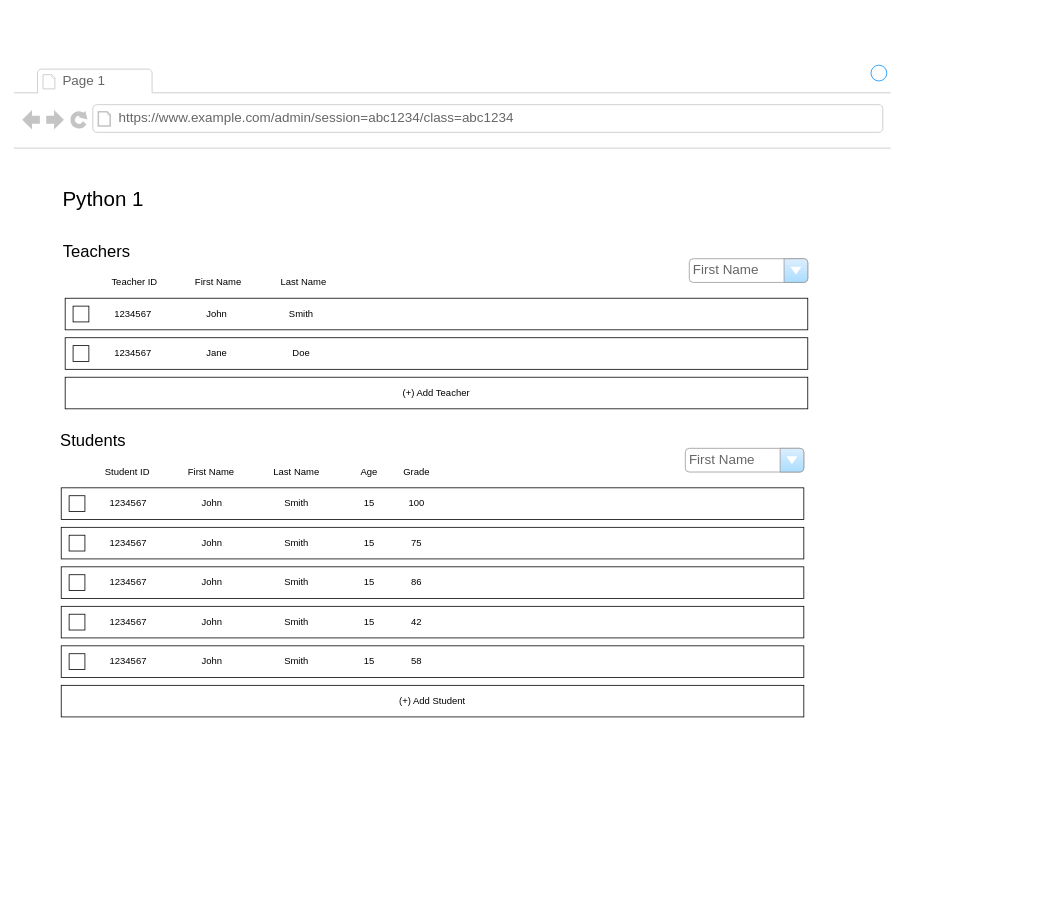
Above: page "Admin Edit Class" (4 of 17) of wireframe.drawio in AnsonTran/Live-Coding-Docs (draw.io), before the change. Source tidied: cells renumbered, new cells numbered last; positions are measured from the earlier drawing's top-left corner, leaving out a move shared by most shapes. Both pictures are drawn from the tidied source at 79%, with x=0, y=0 at pixel (13, 61).
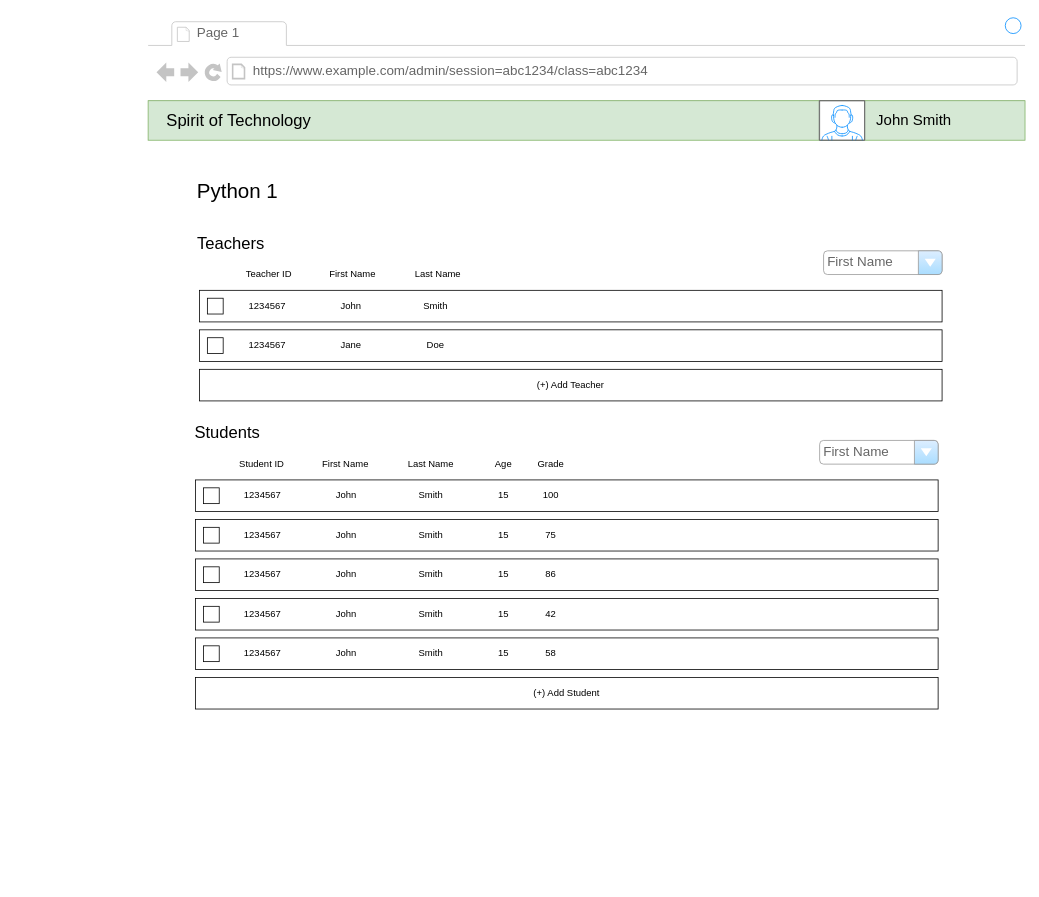
After the change.

What changed in the source:
```diff
@@
     <mxCell id="2" style="strokeWidth=1;shadow=0;dashed=0;align=center;html=1;shape=mxgraph.mockup.containers.browserWindow;rSize=0;strokeColor2=#008cff;strokeColor3=#c4c4c4;mainText=,;strokeColor=#FFFFFF;fontColor=#FFFFFF;" parent="1" vertex="1">
-      <mxGeometry width="1110" height="1040" as="geometry" />
+      <mxGeometry x="170" y="-60" width="1110" height="1040" as="geometry" />
     </mxCell>
@@
     <mxCell id="5" value="&lt;font color=&quot;#000000&quot; style=&quot;font-size: 26px&quot;&gt;Python 1&lt;/font&gt;" style="text;html=1;strokeColor=none;fillColor=none;align=left;verticalAlign=middle;whiteSpace=wrap;rounded=0;labelBackgroundColor=none;sketch=0;fontColor=#FFFFFF;" parent="2" vertex="1">
-      <mxGeometry x="60" y="150" width="280" height="50" as="geometry" />
+      <mxGeometry x="60" y="200" width="280" height="50" as="geometry" />
     </mxCell>
     <mxCell id="6" value="&lt;font color=&quot;#000000&quot;&gt;First Name&lt;/font&gt;" style="text;html=1;strokeColor=none;fillColor=none;align=center;verticalAlign=middle;whiteSpace=wrap;rounded=0;labelBackgroundColor=none;sketch=0;fontColor=#FFFFFF;" parent="2" vertex="1">
-      <mxGeometry x="208.5" y="270" width="100" height="20" as="geometry" />
+      <mxGeometry x="208.5" y="320" width="100" height="20" as="geometry" />
     </mxCell>
     <mxCell id="7" value="&lt;font color=&quot;#000000&quot;&gt;Last Name&lt;/font&gt;" style="text;html=1;strokeColor=none;fillColor=none;align=center;verticalAlign=middle;whiteSpace=wrap;rounded=0;labelBackgroundColor=none;sketch=0;fontColor=#FFFFFF;" parent="2" vertex="1">
-      <mxGeometry x="331.5" y="270" width="70" height="20" as="geometry" />
+      <mxGeometry x="331.5" y="320" width="70" height="20" as="geometry" />
     </mxCell>
     <mxCell id="8" value="&lt;font color=&quot;#000000&quot;&gt;(+) Add Teacher&lt;/font&gt;" style="rounded=0;whiteSpace=wrap;html=1;labelBackgroundColor=none;sketch=0;fillColor=none;fontColor=#FFFFFF;align=center;" parent="2" vertex="1">
-      <mxGeometry x="65" y="400" width="940" height="40" as="geometry" />
+      <mxGeometry x="65" y="450" width="940" height="40" as="geometry" />
     </mxCell>
     <mxCell id="9" value="First Name" style="strokeWidth=1;shadow=0;dashed=0;align=center;html=1;shape=mxgraph.mockup.forms.comboBox;strokeColor=#999999;fillColor=#ddeeff;align=left;fillColor2=#aaddff;mainText=;fontColor=#666666;fontSize=17;spacingLeft=3;" parent="2" vertex="1">
-      <mxGeometry x="855" y="250" width="150" height="30" as="geometry" />
+      <mxGeometry x="855" y="300" width="150" height="30" as="geometry" />
     </mxCell>
     <mxCell id="10" style="rounded=0;whiteSpace=wrap;html=1;labelBackgroundColor=none;sketch=0;fillColor=none;fontColor=#FFFFFF;align=left;" parent="2" vertex="1">
-      <mxGeometry x="65" y="300" width="940" height="40" as="geometry" />
+      <mxGeometry x="65" y="350" width="940" height="40" as="geometry" />
     </mxCell>
     <mxCell id="11" style="rounded=0;whiteSpace=wrap;html=1;labelBackgroundColor=none;sketch=0;fillColor=none;fontColor=#FFFFFF;align=left;" parent="2" vertex="1">
-      <mxGeometry x="65" y="350" width="940" height="40" as="geometry" />
+      <mxGeometry x="65" y="400" width="940" height="40" as="geometry" />
     </mxCell>
     <mxCell id="12" value="&lt;font color=&quot;#000000&quot;&gt;Smith&lt;/font&gt;" style="text;html=1;strokeColor=none;fillColor=none;align=center;verticalAlign=middle;whiteSpace=wrap;rounded=0;labelBackgroundColor=none;sketch=0;fontColor=#FFFFFF;" parent="2" vertex="1">
-      <mxGeometry x="329" y="310" width="70" height="20" as="geometry" />
+      <mxGeometry x="329" y="360" width="70" height="20" as="geometry" />
     </mxCell>
     <mxCell id="13" value="&lt;font color=&quot;#000000&quot;&gt;Teacher ID&lt;/font&gt;" style="text;html=1;strokeColor=none;fillColor=none;align=center;verticalAlign=middle;whiteSpace=wrap;rounded=0;labelBackgroundColor=none;sketch=0;fontColor=#FFFFFF;" parent="2" vertex="1">
-      <mxGeometry x="112.5" y="270" width="80" height="20" as="geometry" />
+      <mxGeometry x="112.5" y="320" width="80" height="20" as="geometry" />
     </mxCell>
     <mxCell id="14" value="&lt;font color=&quot;#000000&quot;&gt;John&lt;/font&gt;" style="text;html=1;strokeColor=none;fillColor=none;align=center;verticalAlign=middle;whiteSpace=wrap;rounded=0;labelBackgroundColor=none;sketch=0;fontColor=#FFFFFF;" parent="2" vertex="1">
-      <mxGeometry x="222" y="310" width="70" height="20" as="geometry" />
+      <mxGeometry x="222" y="360" width="70" height="20" as="geometry" />
     </mxCell>
     <mxCell id="15" value="1234567" style="text;html=1;strokeColor=none;fillColor=none;align=center;verticalAlign=middle;whiteSpace=wrap;rounded=0;" parent="2" vertex="1">
-      <mxGeometry x="131" y="310" width="40" height="20" as="geometry" />
+      <mxGeometry x="131" y="360" width="40" height="20" as="geometry" />
     </mxCell>
     <mxCell id="16" value="&lt;font color=&quot;#000000&quot;&gt;First Name&lt;/font&gt;" style="text;html=1;strokeColor=none;fillColor=none;align=center;verticalAlign=middle;whiteSpace=wrap;rounded=0;labelBackgroundColor=none;sketch=0;fontColor=#FFFFFF;" parent="2" vertex="1">
-      <mxGeometry x="200" y="510" width="100" height="20" as="geometry" />
+      <mxGeometry x="200" y="560" width="100" height="20" as="geometry" />
     </mxCell>
     <mxCell id="17" value="&lt;font color=&quot;#000000&quot;&gt;Last Name&lt;/font&gt;" style="text;html=1;strokeColor=none;fillColor=none;align=center;verticalAlign=middle;whiteSpace=wrap;rounded=0;labelBackgroundColor=none;sketch=0;fontColor=#FFFFFF;" parent="2" vertex="1">
-      <mxGeometry x="323" y="510" width="70" height="20" as="geometry" />
+      <mxGeometry x="323" y="560" width="70" height="20" as="geometry" />
     </mxCell>
     <mxCell id="18" value="&lt;font color=&quot;#000000&quot;&gt;(+) Add Student&lt;/font&gt;" style="rounded=0;whiteSpace=wrap;html=1;labelBackgroundColor=none;sketch=0;fillColor=none;fontColor=#FFFFFF;align=center;" parent="2" vertex="1">
-      <mxGeometry x="60" y="790" width="940" height="40" as="geometry" />
+      <mxGeometry x="60" y="840" width="940" height="40" as="geometry" />
     </mxCell>
     <mxCell id="19" style="rounded=0;whiteSpace=wrap;html=1;labelBackgroundColor=none;sketch=0;fillColor=none;fontColor=#FFFFFF;align=left;" parent="2" vertex="1">
-      <mxGeometry x="60" y="540" width="940" height="40" as="geometry" />
+      <mxGeometry x="60" y="590" width="940" height="40" as="geometry" />
     </mxCell>
     <mxCell id="20" style="rounded=0;whiteSpace=wrap;html=1;labelBackgroundColor=none;sketch=0;fillColor=none;fontColor=#FFFFFF;align=left;" parent="2" vertex="1">
-      <mxGeometry x="60" y="590" width="940" height="40" as="geometry" />
+      <mxGeometry x="60" y="640" width="940" height="40" as="geometry" />
     </mxCell>
     <mxCell id="21" style="rounded=0;whiteSpace=wrap;html=1;labelBackgroundColor=none;sketch=0;fillColor=none;fontColor=#FFFFFF;align=left;" parent="2" vertex="1">
-      <mxGeometry x="60" y="640" width="940" height="40" as="geometry" />
+      <mxGeometry x="60" y="690" width="940" height="40" as="geometry" />
     </mxCell>
     <mxCell id="22" style="rounded=0;whiteSpace=wrap;html=1;labelBackgroundColor=none;sketch=0;fillColor=none;fontColor=#FFFFFF;align=left;" parent="2" vertex="1">
-      <mxGeometry x="60" y="690" width="940" height="40" as="geometry" />
+      <mxGeometry x="60" y="740" width="940" height="40" as="geometry" />
     </mxCell>
     <mxCell id="23" style="rounded=0;whiteSpace=wrap;html=1;labelBackgroundColor=none;sketch=0;fillColor=none;fontColor=#FFFFFF;align=left;" parent="2" vertex="1">
-      <mxGeometry x="60" y="740" width="940" height="40" as="geometry" />
+      <mxGeometry x="60" y="790" width="940" height="40" as="geometry" />
     </mxCell>
     <mxCell id="24" value="&lt;font color=&quot;#000000&quot;&gt;Smith&lt;/font&gt;" style="text;html=1;strokeColor=none;fillColor=none;align=center;verticalAlign=middle;whiteSpace=wrap;rounded=0;labelBackgroundColor=none;sketch=0;fontColor=#FFFFFF;" parent="2" vertex="1">
-      <mxGeometry x="323" y="550" width="70" height="20" as="geometry" />
+      <mxGeometry x="323" y="600" width="70" height="20" as="geometry" />
     </mxCell>
     <mxCell id="25" value="&lt;font color=&quot;#000000&quot;&gt;Student ID&lt;/font&gt;" style="text;html=1;strokeColor=none;fillColor=none;align=center;verticalAlign=middle;whiteSpace=wrap;rounded=0;labelBackgroundColor=none;sketch=0;fontColor=#FFFFFF;" parent="2" vertex="1">
-      <mxGeometry x="104" y="510" width="80" height="20" as="geometry" />
+      <mxGeometry x="104" y="560" width="80" height="20" as="geometry" />
     </mxCell>
     <mxCell id="26" value="&lt;font color=&quot;#000000&quot;&gt;John&lt;/font&gt;" style="text;html=1;strokeColor=none;fillColor=none;align=center;verticalAlign=middle;whiteSpace=wrap;rounded=0;labelBackgroundColor=none;sketch=0;fontColor=#FFFFFF;" parent="2" vertex="1">
-      <mxGeometry x="216" y="550" width="70" height="20" as="geometry" />
+      <mxGeometry x="216" y="600" width="70" height="20" as="geometry" />
     </mxCell>
     <mxCell id="27" value="1234567" style="text;html=1;strokeColor=none;fillColor=none;align=center;verticalAlign=middle;whiteSpace=wrap;rounded=0;" parent="2" vertex="1">
-      <mxGeometry x="125" y="550" width="40" height="20" as="geometry" />
+      <mxGeometry x="125" y="600" width="40" height="20" as="geometry" />
     </mxCell>
     <mxCell id="28" style="rounded=0;whiteSpace=wrap;html=1;labelBackgroundColor=none;sketch=0;fillColor=none;fontColor=#FFFFFF;" parent="2" vertex="1">
-      <mxGeometry x="70" y="550" width="20" height="20" as="geometry" />
+      <mxGeometry x="70" y="600" width="20" height="20" as="geometry" />
     </mxCell>
     <mxCell id="29" value="&lt;font style=&quot;font-size: 21px&quot;&gt;Teachers&lt;/font&gt;" style="text;html=1;strokeColor=none;fillColor=none;align=center;verticalAlign=middle;whiteSpace=wrap;rounded=0;" parent="2" vertex="1">
-      <mxGeometry x="70" y="230" width="70" height="20" as="geometry" />
+      <mxGeometry x="70" y="280" width="70" height="20" as="geometry" />
     </mxCell>
     <mxCell id="30" value="&lt;font style=&quot;font-size: 21px&quot;&gt;Students&lt;/font&gt;" style="text;html=1;strokeColor=none;fillColor=none;align=center;verticalAlign=middle;whiteSpace=wrap;rounded=0;" parent="2" vertex="1">
-      <mxGeometry x="72.5" y="470" width="55" height="20" as="geometry" />
+      <mxGeometry x="72.5" y="520" width="55" height="20" as="geometry" />
     </mxCell>
     <mxCell id="31" value="&lt;font color=&quot;#000000&quot;&gt;Doe&lt;/font&gt;" style="text;html=1;strokeColor=none;fillColor=none;align=center;verticalAlign=middle;whiteSpace=wrap;rounded=0;labelBackgroundColor=none;sketch=0;fontColor=#FFFFFF;" parent="2" vertex="1">
-      <mxGeometry x="329" y="360" width="70" height="20" as="geometry" />
+      <mxGeometry x="329" y="410" width="70" height="20" as="geometry" />
     </mxCell>
     <mxCell id="32" value="&lt;font color=&quot;#000000&quot;&gt;Jane&lt;/font&gt;" style="text;html=1;strokeColor=none;fillColor=none;align=center;verticalAlign=middle;whiteSpace=wrap;rounded=0;labelBackgroundColor=none;sketch=0;fontColor=#FFFFFF;" parent="2" vertex="1">
-      <mxGeometry x="222" y="360" width="70" height="20" as="geometry" />
+      <mxGeometry x="222" y="410" width="70" height="20" as="geometry" />
     </mxCell>
     <mxCell id="33" value="1234567" style="text;html=1;strokeColor=none;fillColor=none;align=center;verticalAlign=middle;whiteSpace=wrap;rounded=0;" parent="2" vertex="1">
-      <mxGeometry x="131" y="360" width="40" height="20" as="geometry" />
+      <mxGeometry x="131" y="410" width="40" height="20" as="geometry" />
     </mxCell>
     <mxCell id="34" style="rounded=0;whiteSpace=wrap;html=1;labelBackgroundColor=none;sketch=0;fillColor=none;fontColor=#FFFFFF;" parent="2" vertex="1">
-      <mxGeometry x="75" y="360" width="20" height="20" as="geometry" />
+      <mxGeometry x="75" y="410" width="20" height="20" as="geometry" />
     </mxCell>
     <mxCell id="35" value="Grade" style="text;html=1;strokeColor=none;fillColor=none;align=center;verticalAlign=middle;whiteSpace=wrap;rounded=0;" parent="2" vertex="1">
-      <mxGeometry x="490" y="510" width="40" height="20" as="geometry" />
+      <mxGeometry x="490" y="560" width="40" height="20" as="geometry" />
     </mxCell>
     <mxCell id="36" value="100" style="text;html=1;strokeColor=none;fillColor=none;align=center;verticalAlign=middle;whiteSpace=wrap;rounded=0;" parent="2" vertex="1">
-      <mxGeometry x="490" y="550" width="40" height="20" as="geometry" />
+      <mxGeometry x="490" y="600" width="40" height="20" as="geometry" />
     </mxCell>
     <mxCell id="37" value="&lt;font color=&quot;#000000&quot;&gt;Smith&lt;/font&gt;" style="text;html=1;strokeColor=none;fillColor=none;align=center;verticalAlign=middle;whiteSpace=wrap;rounded=0;labelBackgroundColor=none;sketch=0;fontColor=#FFFFFF;" parent="2" vertex="1">
-      <mxGeometry x="323" y="600" width="70" height="20" as="geometry" />
+      <mxGeometry x="323" y="650" width="70" height="20" as="geometry" />
     </mxCell>
     <mxCell id="38" value="&lt;font color=&quot;#000000&quot;&gt;John&lt;/font&gt;" style="text;html=1;strokeColor=none;fillColor=none;align=center;verticalAlign=middle;whiteSpace=wrap;rounded=0;labelBackgroundColor=none;sketch=0;fontColor=#FFFFFF;" parent="2" vertex="1">
-      <mxGeometry x="216" y="600" width="70" height="20" as="geometry" />
+      <mxGeometry x="216" y="650" width="70" height="20" as="geometry" />
     </mxCell>
     <mxCell id="39" value="1234567" style="text;html=1;strokeColor=none;fillColor=none;align=center;verticalAlign=middle;whiteSpace=wrap;rounded=0;" parent="2" vertex="1">
-      <mxGeometry x="125" y="600" width="40" height="20" as="geometry" />
+      <mxGeometry x="125" y="650" width="40" height="20" as="geometry" />
     </mxCell>
     <mxCell id="40" style="rounded=0;whiteSpace=wrap;html=1;labelBackgroundColor=none;sketch=0;fillColor=none;fontColor=#FFFFFF;" parent="2" vertex="1">
-      <mxGeometry x="70" y="600" width="20" height="20" as="geometry" />
+      <mxGeometry x="70" y="650" width="20" height="20" as="geometry" />
     </mxCell>
     <mxCell id="41" value="75" style="text;html=1;strokeColor=none;fillColor=none;align=center;verticalAlign=middle;whiteSpace=wrap;rounded=0;" parent="2" vertex="1">
-      <mxGeometry x="490" y="600" width="40" height="20" as="geometry" />
+      <mxGeometry x="490" y="650" width="40" height="20" as="geometry" />
     </mxCell>
     <mxCell id="42" value="&lt;font color=&quot;#000000&quot;&gt;Smith&lt;/font&gt;" style="text;html=1;strokeColor=none;fillColor=none;align=center;verticalAlign=middle;whiteSpace=wrap;rounded=0;labelBackgroundColor=none;sketch=0;fontColor=#FFFFFF;" parent="2" vertex="1">
-      <mxGeometry x="323" y="650" width="70" height="20" as="geometry" />
+      <mxGeometry x="323" y="700" width="70" height="20" as="geometry" />
     </mxCell>
     <mxCell id="43" value="&lt;font color=&quot;#000000&quot;&gt;John&lt;/font&gt;" style="text;html=1;strokeColor=none;fillColor=none;align=center;verticalAlign=middle;whiteSpace=wrap;rounded=0;labelBackgroundColor=none;sketch=0;fontColor=#FFFFFF;" parent="2" vertex="1">
-      <mxGeometry x="216" y="650" width="70" height="20" as="geometry" />
+      <mxGeometry x="216" y="700" width="70" height="20" as="geometry" />
     </mxCell>
     <mxCell id="44" value="1234567" style="text;html=1;strokeColor=none;fillColor=none;align=center;verticalAlign=middle;whiteSpace=wrap;rounded=0;" parent="2" vertex="1">
-      <mxGeometry x="125" y="650" width="40" height="20" as="geometry" />
+      <mxGeometry x="125" y="700" width="40" height="20" as="geometry" />
     </mxCell>
     <mxCell id="45" style="rounded=0;whiteSpace=wrap;html=1;labelBackgroundColor=none;sketch=0;fillColor=none;fontColor=#FFFFFF;" parent="2" vertex="1">
-      <mxGeometry x="70" y="650" width="20" height="20" as="geometry" />
+      <mxGeometry x="70" y="700" width="20" height="20" as="geometry" />
     </mxCell>
     <mxCell id="46" value="86" style="text;html=1;strokeColor=none;fillColor=none;align=center;verticalAlign=middle;whiteSpace=wrap;rounded=0;" parent="2" vertex="1">
-      <mxGeometry x="490" y="650" width="40" height="20" as="geometry" />
+      <mxGeometry x="490" y="700" width="40" height="20" as="geometry" />
     </mxCell>
     <mxCell id="47" value="&lt;font color=&quot;#000000&quot;&gt;Smith&lt;/font&gt;" style="text;html=1;strokeColor=none;fillColor=none;align=center;verticalAlign=middle;whiteSpace=wrap;rounded=0;labelBackgroundColor=none;sketch=0;fontColor=#FFFFFF;" parent="2" vertex="1">
-      <mxGeometry x="323" y="700" width="70" height="20" as="geometry" />
+      <mxGeometry x="323" y="750" width="70" height="20" as="geometry" />
     </mxCell>
     <mxCell id="48" value="&lt;font color=&quot;#000000&quot;&gt;John&lt;/font&gt;" style="text;html=1;strokeColor=none;fillColor=none;align=center;verticalAlign=middle;whiteSpace=wrap;rounded=0;labelBackgroundColor=none;sketch=0;fontColor=#FFFFFF;" parent="2" vertex="1">
-      <mxGeometry x="216" y="700" width="70" height="20" as="geometry" />
+      <mxGeometry x="216" y="750" width="70" height="20" as="geometry" />
     </mxCell>
     <mxCell id="49" value="1234567" style="text;html=1;strokeColor=none;fillColor=none;align=center;verticalAlign=middle;whiteSpace=wrap;rounded=0;" parent="2" vertex="1">
-      <mxGeometry x="125" y="700" width="40" height="20" as="geometry" />
+      <mxGeometry x="125" y="750" width="40" height="20" as="geometry" />
     </mxCell>
     <mxCell id="50" style="rounded=0;whiteSpace=wrap;html=1;labelBackgroundColor=none;sketch=0;fillColor=none;fontColor=#FFFFFF;" parent="2" vertex="1">
-      <mxGeometry x="70" y="700" width="20" height="20" as="geometry" />
+      <mxGeometry x="70" y="750" width="20" height="20" as="geometry" />
     </mxCell>
     <mxCell id="51" value="42" style="text;html=1;strokeColor=none;fillColor=none;align=center;verticalAlign=middle;whiteSpace=wrap;rounded=0;" parent="2" vertex="1">
-      <mxGeometry x="490" y="700" width="40" height="20" as="geometry" />
+      <mxGeometry x="490" y="750" width="40" height="20" as="geometry" />
     </mxCell>
     <mxCell id="52" value="&lt;font color=&quot;#000000&quot;&gt;Smith&lt;/font&gt;" style="text;html=1;strokeColor=none;fillColor=none;align=center;verticalAlign=middle;whiteSpace=wrap;rounded=0;labelBackgroundColor=none;sketch=0;fontColor=#FFFFFF;" parent="2" vertex="1">
-      <mxGeometry x="323" y="750" width="70" height="20" as="geometry" />
+      <mxGeometry x="323" y="800" width="70" height="20" as="geometry" />
     </mxCell>
     <mxCell id="53" value="&lt;font color=&quot;#000000&quot;&gt;John&lt;/font&gt;" style="text;html=1;strokeColor=none;fillColor=none;align=center;verticalAlign=middle;whiteSpace=wrap;rounded=0;labelBackgroundColor=none;sketch=0;fontColor=#FFFFFF;" parent="2" vertex="1">
-      <mxGeometry x="216" y="750" width="70" height="20" as="geometry" />
+      <mxGeometry x="216" y="800" width="70" height="20" as="geometry" />
     </mxCell>
     <mxCell id="54" value="1234567" style="text;html=1;strokeColor=none;fillColor=none;align=center;verticalAlign=middle;whiteSpace=wrap;rounded=0;" parent="2" vertex="1">
-      <mxGeometry x="125" y="750" width="40" height="20" as="geometry" />
+      <mxGeometry x="125" y="800" width="40" height="20" as="geometry" />
     </mxCell>
     <mxCell id="55" style="rounded=0;whiteSpace=wrap;html=1;labelBackgroundColor=none;sketch=0;fillColor=none;fontColor=#FFFFFF;" parent="2" vertex="1">
-      <mxGeometry x="70" y="750" width="20" height="20" as="geometry" />
+      <mxGeometry x="70" y="800" width="20" height="20" as="geometry" />
     </mxCell>
     <mxCell id="56" value="58" style="text;html=1;strokeColor=none;fillColor=none;align=center;verticalAlign=middle;whiteSpace=wrap;rounded=0;" parent="2" vertex="1">
-      <mxGeometry x="490" y="750" width="40" height="20" as="geometry" />
+      <mxGeometry x="490" y="800" width="40" height="20" as="geometry" />
     </mxCell>
     <mxCell id="57" value="Age" style="text;html=1;strokeColor=none;fillColor=none;align=center;verticalAlign=middle;whiteSpace=wrap;rounded=0;" parent="2" vertex="1">
-      <mxGeometry x="430" y="510" width="40" height="20" as="geometry" />
+      <mxGeometry x="430" y="560" width="40" height="20" as="geometry" />
     </mxCell>
     <mxCell id="58" value="15" style="text;html=1;strokeColor=none;fillColor=none;align=center;verticalAlign=middle;whiteSpace=wrap;rounded=0;" parent="2" vertex="1">
-      <mxGeometry x="430" y="550" width="40" height="20" as="geometry" />
+      <mxGeometry x="430" y="600" width="40" height="20" as="geometry" />
     </mxCell>
     <mxCell id="59" value="15" style="text;html=1;strokeColor=none;fillColor=none;align=center;verticalAlign=middle;whiteSpace=wrap;rounded=0;" parent="2" vertex="1">
-      <mxGeometry x="430" y="600" width="40" height="20" as="geometry" />
+      <mxGeometry x="430" y="650" width="40" height="20" as="geometry" />
     </mxCell>
     <mxCell id="60" value="15" style="text;html=1;strokeColor=none;fillColor=none;align=center;verticalAlign=middle;whiteSpace=wrap;rounded=0;" parent="2" vertex="1">
-      <mxGeometry x="430" y="650" width="40" height="20" as="geometry" />
+      <mxGeometry x="430" y="700" width="40" height="20" as="geometry" />
     </mxCell>
     <mxCell id="61" value="15" style="text;html=1;strokeColor=none;fillColor=none;align=center;verticalAlign=middle;whiteSpace=wrap;rounded=0;" parent="2" vertex="1">
-      <mxGeometry x="430" y="700" width="40" height="20" as="geometry" />
+      <mxGeometry x="430" y="750" width="40" height="20" as="geometry" />
     </mxCell>
     <mxCell id="62" value="15" style="text;html=1;strokeColor=none;fillColor=none;align=center;verticalAlign=middle;whiteSpace=wrap;rounded=0;" parent="2" vertex="1">
-      <mxGeometry x="430" y="750" width="40" height="20" as="geometry" />
+      <mxGeometry x="430" y="800" width="40" height="20" as="geometry" />
     </mxCell>
     <mxCell id="63" value="First Name" style="strokeWidth=1;shadow=0;dashed=0;align=center;html=1;shape=mxgraph.mockup.forms.comboBox;strokeColor=#999999;fillColor=#ddeeff;align=left;fillColor2=#aaddff;mainText=;fontColor=#666666;fontSize=17;spacingLeft=3;" parent="2" vertex="1">
-      <mxGeometry x="850" y="490" width="150" height="30" as="geometry" />
+      <mxGeometry x="850" y="540" width="150" height="30" as="geometry" />
     </mxCell>
+    <mxCell id="65" style="rounded=0;whiteSpace=wrap;html=1;fillColor=#d5e8d4;strokeColor=#82b366;" parent="2" vertex="1">
+      <mxGeometry y="110" width="1110" height="50" as="geometry" />
+    </mxCell>
+    <mxCell id="66" style="verticalLabelPosition=bottom;shadow=0;dashed=0;align=center;html=1;verticalAlign=top;strokeWidth=1;shape=mxgraph.mockup.containers.userMale;strokeColor=#666666;strokeColor2=#008cff;" parent="2" vertex="1">
+      <mxGeometry x="850" y="110" width="57" height="50" as="geometry" />
+    </mxCell>
+    <mxCell id="67" value="&lt;font color=&quot;#000000&quot; style=&quot;font-size: 19px&quot;&gt;John Smith&lt;/font&gt;" style="text;html=1;strokeColor=none;fillColor=none;align=left;verticalAlign=middle;whiteSpace=wrap;rounded=0;labelBackgroundColor=none;sketch=0;fontColor=#FFFFFF;" parent="2" vertex="1">
+      <mxGeometry x="920" y="110" width="140" height="50" as="geometry" />
+    </mxCell>
+    <mxCell id="68" value="&lt;font style=&quot;font-size: 21px&quot;&gt;Spirit of Technology&lt;/font&gt;" style="text;html=1;strokeColor=none;fillColor=none;align=center;verticalAlign=middle;whiteSpace=wrap;rounded=0;" parent="2" vertex="1">
+      <mxGeometry y="110" width="230" height="50" as="geometry" />
+    </mxCell>
     <mxCell id="64" style="rounded=0;whiteSpace=wrap;html=1;labelBackgroundColor=none;sketch=0;fillColor=none;fontColor=#FFFFFF;" parent="1" vertex="1">
-      <mxGeometry x="75" y="310" width="20" height="20" as="geometry" />
+      <mxGeometry x="245" y="300" width="20" height="20" as="geometry" />
     </mxCell>
```
